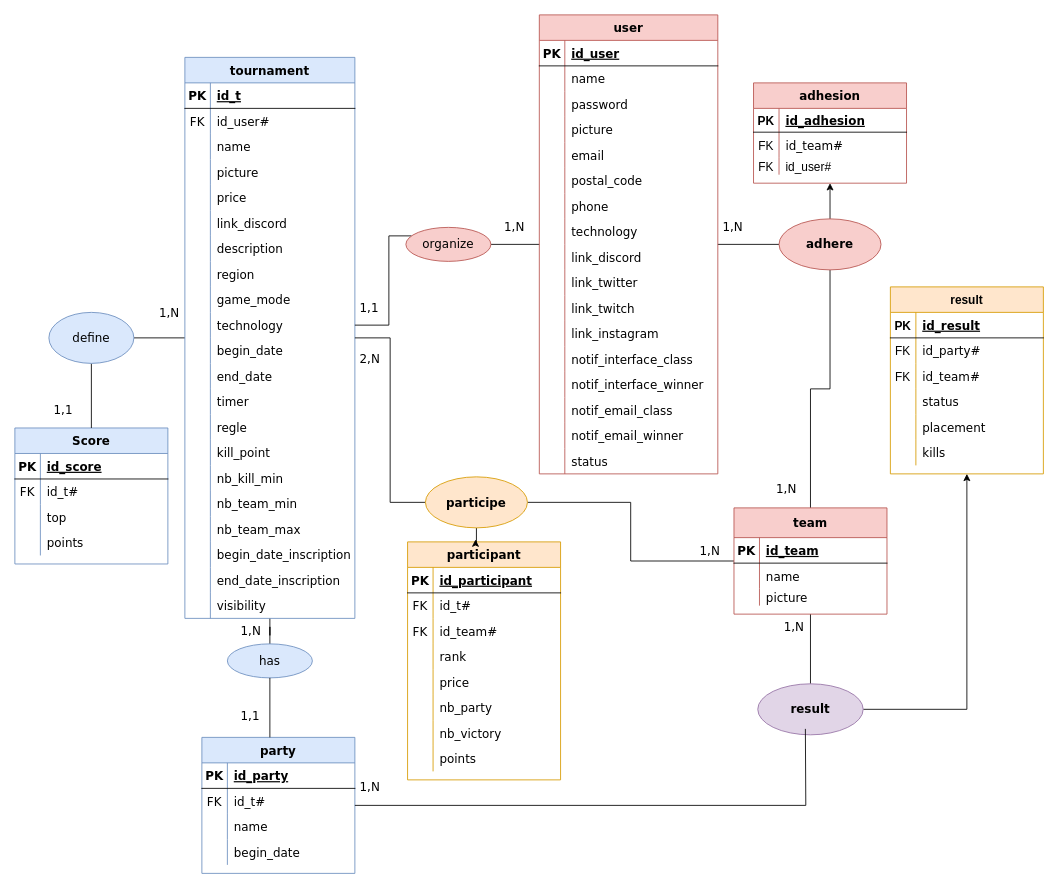
This is page "MLD" (2 of 3) of Wavy_MERISE2.drawio from Pakulic/Maquettage_Site_web, a draw.io file, before an edit. Source tidied: cells renumbered, new cells numbered last; positions are measured from the earlier drawing's top-left corner, leaving out a move shared by most shapes. Both pictures are drawn from the tidied source at 85%, with x=0, y=0 at pixel (14, 14).
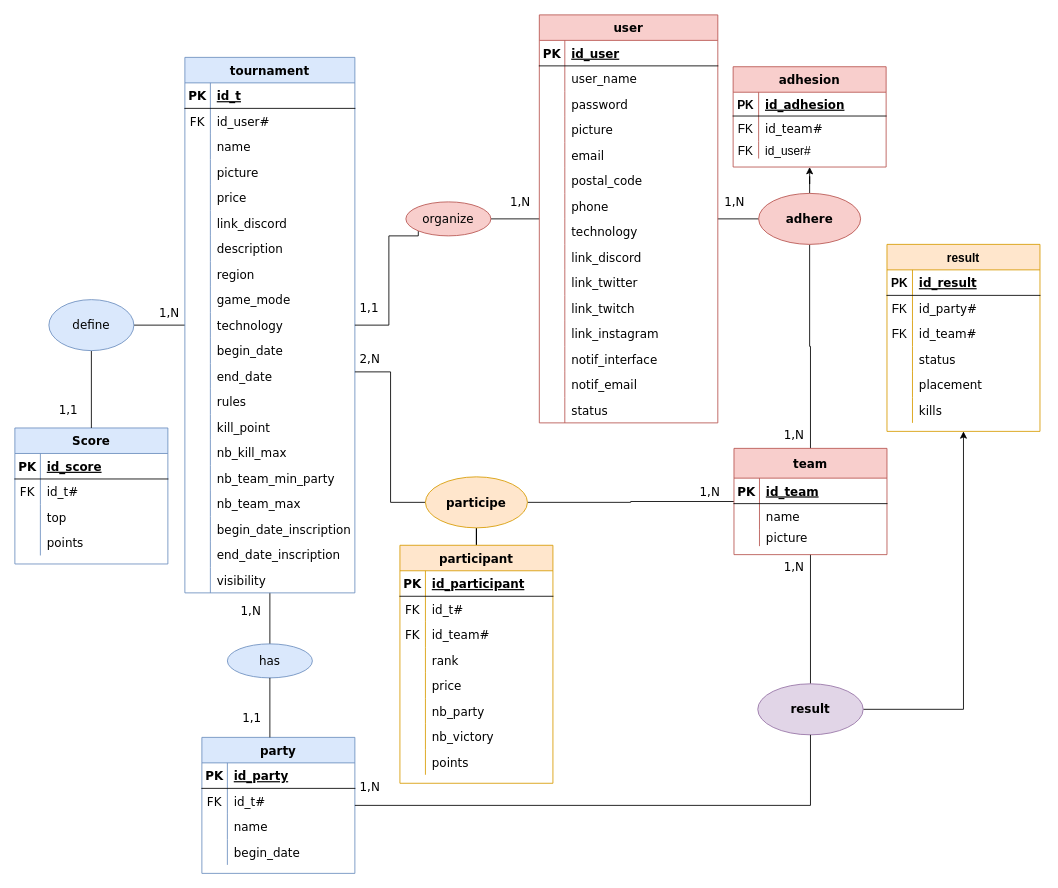
The same diagram, later.

The change refers to these unchanged cells:
```xml
<mxCell id="100" value="party" style="shape=table;startSize=30;childLayout=tableLayout;rowLines=0;fontStyle=1;align=center;fillColor=#dae8fc;strokeColor=#6c8ebf;fontSize=14;fontFamily=Verdana;" parent="1" vertex="1">
  <mxGeometry x="220" y="850" width="180" height="160" as="geometry" />
</mxCell>
<mxCell id="147" style="shape=partialRectangle;fillColor=none;top=0;left=0;bottom=0;right=0;fontSize=14;fontFamily=Verdana;" parent="143" vertex="1">
  <mxGeometry y="60" width="210" height="30" as="geometry" />
</mxCell>
<mxCell id="180" style="shape=partialRectangle;fillColor=none;top=0;left=0;bottom=0;right=0;fontSize=14;fontFamily=Verdana;" parent="143" vertex="1">
  <mxGeometry y="390" width="210" height="30" as="geometry" />
</mxCell>
<mxCell id="199" value="result" style="ellipse;whiteSpace=wrap;html=1;fontStyle=1;strokeColor=#9673a6;fillColor=#e1d5e7;startSize=35;fontSize=14;fontFamily=Verdana;" parent="1" vertex="1">
  <mxGeometry x="874" y="787" width="124" height="60" as="geometry" />
</mxCell>
<mxCell id="239" value="participe" style="ellipse;whiteSpace=wrap;html=1;fontStyle=1;strokeColor=#d79b00;fillColor=#ffe6cc;startSize=35;fontSize=14;fontFamily=Verdana;" parent="1" vertex="1">
  <mxGeometry x="483" y="543.5" width="120" height="60" as="geometry" />
</mxCell>
```

The edit, as a diff of the source:
```diff
@@
     <mxCell id="2" value="result" style="shape=table;startSize=30;childLayout=tableLayout;rowLines=0;fontStyle=1;align=center;fillColor=#ffe6cc;strokeColor=#d79b00;fontSize=14;" parent="1" vertex="1">
-      <mxGeometry x="1030" y="320" width="180" height="220" as="geometry" />
+      <mxGeometry x="1026" y="270" width="180" height="220" as="geometry" />
     </mxCell>
@@
     <mxCell id="21" value="adhesion" style="shape=table;startSize=30;childLayout=tableLayout;rowLines=0;fontStyle=1;align=center;fillColor=#f8cecc;strokeColor=#b85450;fontSize=14;fontFamily=Verdana;" parent="1" vertex="1">
-      <mxGeometry x="869" y="80" width="180" height="118" as="geometry" />
+      <mxGeometry x="845" y="61" width="180" height="118" as="geometry" />
     </mxCell>
@@
     <mxCell id="33" value="tournament" style="shape=table;startSize=30;childLayout=tableLayout;rowLines=0;fontStyle=1;align=center;fillColor=#dae8fc;strokeColor=#6c8ebf;fontSize=14;fontFamily=Verdana;" parent="1" vertex="1">
-      <mxGeometry x="200" y="50" width="200" height="660" as="geometry" />
+      <mxGeometry x="200" y="50" width="200" height="630" as="geometry" />
     </mxCell>
@@
-    <mxCell id="70" style="shape=partialRectangle;fillColor=none;top=0;left=0;bottom=0;right=0;fontSize=14;fontFamily=Verdana;" parent="33" vertex="1">
-      <mxGeometry y="390" width="200" height="30" as="geometry" />
-    </mxCell>
-    <mxCell id="71" style="shape=partialRectangle;fillColor=none;top=0;left=0;bottom=0;right=0;overflow=hidden;fontSize=14;fontFamily=Verdana;" parent="70" vertex="1">
-      <mxGeometry width="30" height="30" as="geometry" />
-    </mxCell>
-    <mxCell id="72" value="timer" style="shape=partialRectangle;fillColor=none;top=0;left=0;bottom=0;right=0;align=left;spacingLeft=6;overflow=hidden;fontSize=14;fontFamily=Verdana;" parent="70" vertex="1">
-      <mxGeometry x="30" width="170" height="30" as="geometry" />
-    </mxCell>
     <mxCell id="73" style="shape=partialRectangle;fillColor=none;top=0;left=0;bottom=0;right=0;fontSize=14;fontFamily=Verdana;" parent="33" vertex="1">
-      <mxGeometry y="420" width="200" height="30" as="geometry" />
+      <mxGeometry y="390" width="200" height="30" as="geometry" />
     </mxCell>
@@
-    <mxCell id="75" value="regle" style="shape=partialRectangle;fillColor=none;top=0;left=0;bottom=0;right=0;align=left;spacingLeft=6;overflow=hidden;fontSize=14;fontFamily=Verdana;" parent="73" vertex="1">
+    <mxCell id="75" value="rules" style="shape=partialRectangle;fillColor=none;top=0;left=0;bottom=0;right=0;align=left;spacingLeft=6;overflow=hidden;fontSize=14;fontFamily=Verdana;" parent="73" vertex="1">
       <mxGeometry x="30" width="170" height="30" as="geometry" />
     </mxCell>
     <mxCell id="76" style="shape=partialRectangle;fillColor=none;top=0;left=0;bottom=0;right=0;fontSize=14;fontFamily=Verdana;" parent="33" vertex="1">
-      <mxGeometry y="450" width="200" height="30" as="geometry" />
+      <mxGeometry y="420" width="200" height="30" as="geometry" />
     </mxCell>
@@
     <mxCell id="79" style="shape=partialRectangle;fillColor=none;top=0;left=0;bottom=0;right=0;fontSize=14;fontFamily=Verdana;" parent="33" vertex="1">
-      <mxGeometry y="480" width="200" height="30" as="geometry" />
+      <mxGeometry y="450" width="200" height="30" as="geometry" />
     </mxCell>
@@
-    <mxCell id="81" value="nb_kill_min" style="shape=partialRectangle;fillColor=none;top=0;left=0;bottom=0;right=0;align=left;spacingLeft=6;overflow=hidden;fontSize=14;fontFamily=Verdana;" parent="79" vertex="1">
+    <mxCell id="81" value="nb_kill_max" style="shape=partialRectangle;fillColor=none;top=0;left=0;bottom=0;right=0;align=left;spacingLeft=6;overflow=hidden;fontSize=14;fontFamily=Verdana;" parent="79" vertex="1">
       <mxGeometry x="30" width="170" height="30" as="geometry" />
     </mxCell>
     <mxCell id="82" style="shape=partialRectangle;fillColor=none;top=0;left=0;bottom=0;right=0;fontSize=14;fontFamily=Verdana;" parent="33" vertex="1">
-      <mxGeometry y="510" width="200" height="30" as="geometry" />
+      <mxGeometry y="480" width="200" height="30" as="geometry" />
     </mxCell>
@@
-    <mxCell id="84" value="nb_team_min" style="shape=partialRectangle;fillColor=none;top=0;left=0;bottom=0;right=0;align=left;spacingLeft=6;overflow=hidden;fontSize=14;fontFamily=Verdana;" parent="82" vertex="1">
+    <mxCell id="84" value="nb_team_min_party" style="shape=partialRectangle;fillColor=none;top=0;left=0;bottom=0;right=0;align=left;spacingLeft=6;overflow=hidden;fontSize=14;fontFamily=Verdana;" parent="82" vertex="1">
       <mxGeometry x="30" width="170" height="30" as="geometry" />
     </mxCell>
     <mxCell id="85" style="shape=partialRectangle;fillColor=none;top=0;left=0;bottom=0;right=0;fontSize=14;fontFamily=Verdana;" parent="33" vertex="1">
-      <mxGeometry y="540" width="200" height="30" as="geometry" />
+      <mxGeometry y="510" width="200" height="30" as="geometry" />
     </mxCell>
@@
     <mxCell id="88" style="shape=partialRectangle;fillColor=none;top=0;left=0;bottom=0;right=0;fontSize=14;fontFamily=Verdana;" parent="33" vertex="1">
-      <mxGeometry y="570" width="200" height="30" as="geometry" />
+      <mxGeometry y="540" width="200" height="30" as="geometry" />
     </mxCell>
@@
     <mxCell id="91" style="shape=partialRectangle;fillColor=none;top=0;left=0;bottom=0;right=0;fontSize=14;fontFamily=Verdana;" parent="33" vertex="1">
-      <mxGeometry y="600" width="200" height="30" as="geometry" />
+      <mxGeometry y="570" width="200" height="30" as="geometry" />
     </mxCell>
@@
     <mxCell id="94" style="shape=partialRectangle;fillColor=none;top=0;left=0;bottom=0;right=0;fontSize=14;fontFamily=Verdana;" parent="33" vertex="1">
-      <mxGeometry y="630" width="200" height="30" as="geometry" />
+      <mxGeometry y="600" width="200" height="30" as="geometry" />
     </mxCell>
@@
-    <mxCell id="97" style="edgeStyle=orthogonalEdgeStyle;rounded=0;jettySize=auto;html=1;endArrow=none;endFill=0;fontSize=14;fontFamily=Verdana;" parent="1" edge="1" source="99" target="33">
+    <mxCell id="97" style="edgeStyle=orthogonalEdgeStyle;rounded=0;jettySize=auto;html=1;endArrow=none;endFill=0;fontSize=14;fontFamily=Verdana;exitX=0;exitY=1;exitDx=0;exitDy=0;" parent="1" edge="1" source="99" target="33">
       <mxGeometry relative="1" as="geometry">
         <Array as="points">
+          <mxPoint x="475" y="260" />
           <mxPoint x="440" y="260" />
           <mxPoint x="440" y="365" />
         </Array>
       </mxGeometry>
     </mxCell>
@@
     <mxCell id="99" value="organize" style="ellipse;whiteSpace=wrap;html=1;align=center;fillColor=#f8cecc;strokeColor=#b85450;fontSize=14;fontFamily=Verdana;" parent="1" vertex="1">
-      <mxGeometry x="460" y="250" width="100" height="40" as="geometry" />
+      <mxGeometry x="460" y="220" width="100" height="40" as="geometry" />
     </mxCell>
@@
     <mxCell id="127" value="define" style="ellipse;whiteSpace=wrap;html=1;align=center;fillColor=#dae8fc;strokeColor=#6c8ebf;fontSize=14;fontFamily=Verdana;" parent="1" vertex="1">
-      <mxGeometry x="40" y="350" width="100" height="60" as="geometry" />
+      <mxGeometry x="40" y="335" width="100" height="60" as="geometry" />
     </mxCell>
@@
     <mxCell id="131" value="team" style="shape=table;startSize=35;childLayout=tableLayout;rowLines=0;fontStyle=1;align=center;fillColor=#f8cecc;strokeColor=#b85450;fontSize=14;fontFamily=Verdana;" parent="1" vertex="1">
-      <mxGeometry x="846" y="580" width="180" height="125" as="geometry" />
+      <mxGeometry x="846" y="510" width="180" height="125" as="geometry" />
     </mxCell>
@@
     <mxCell id="143" value="user" style="shape=table;startSize=30;childLayout=tableLayout;rowLines=0;fontStyle=1;align=center;fillColor=#f8cecc;strokeColor=#b85450;fontSize=14;fontFamily=Verdana;" parent="1" vertex="1">
-      <mxGeometry x="617" width="210" height="540" as="geometry" />
+      <mxGeometry x="617" width="210" height="480" as="geometry" />
     </mxCell>
@@
-    <mxCell id="149" value="name" style="shape=partialRectangle;fillColor=none;top=0;left=0;bottom=0;right=0;align=left;spacingLeft=6;overflow=hidden;fontSize=14;fontFamily=Verdana;" parent="147" vertex="1">
+    <mxCell id="149" value="user_name" style="shape=partialRectangle;fillColor=none;top=0;left=0;bottom=0;right=0;align=left;spacingLeft=6;overflow=hidden;fontSize=14;fontFamily=Verdana;" parent="147" vertex="1">
       <mxGeometry x="30" width="180" height="30" as="geometry" />
     </mxCell>
@@
-    <mxCell id="182" value="notif_interface_class" style="shape=partialRectangle;fillColor=none;top=0;left=0;bottom=0;right=0;align=left;spacingLeft=6;overflow=hidden;fontSize=14;fontFamily=Verdana;" parent="180" vertex="1">
+    <mxCell id="182" value="notif_interface" style="shape=partialRectangle;fillColor=none;top=0;left=0;bottom=0;right=0;align=left;spacingLeft=6;overflow=hidden;fontSize=14;fontFamily=Verdana;" parent="180" vertex="1">
       <mxGeometry x="30" width="180" height="30" as="geometry" />
     </mxCell>
-    <mxCell id="183" style="shape=partialRectangle;fillColor=none;top=0;left=0;bottom=0;right=0;fontSize=14;fontFamily=Verdana;" parent="143" vertex="1">
-      <mxGeometry y="420" width="210" height="30" as="geometry" />
-    </mxCell>
-    <mxCell id="184" style="shape=partialRectangle;fillColor=none;top=0;left=0;bottom=0;right=0;overflow=hidden;fontSize=14;fontFamily=Verdana;" parent="183" vertex="1">
-      <mxGeometry width="30" height="30" as="geometry" />
-    </mxCell>
-    <mxCell id="185" value="notif_interface_winner" style="shape=partialRectangle;fillColor=none;top=0;left=0;bottom=0;right=0;align=left;spacingLeft=6;overflow=hidden;fontSize=14;fontFamily=Verdana;" parent="183" vertex="1">
-      <mxGeometry x="30" width="180" height="30" as="geometry" />
-    </mxCell>
     <mxCell id="186" style="shape=partialRectangle;fillColor=none;top=0;left=0;bottom=0;right=0;fontSize=14;fontFamily=Verdana;" parent="143" vertex="1">
-      <mxGeometry y="450" width="210" height="30" as="geometry" />
+      <mxGeometry y="420" width="210" height="30" as="geometry" />
     </mxCell>
@@
-    <mxCell id="188" value="notif_email_class" style="shape=partialRectangle;fillColor=none;top=0;left=0;bottom=0;right=0;align=left;spacingLeft=6;overflow=hidden;fontSize=14;fontFamily=Verdana;" parent="186" vertex="1">
+    <mxCell id="188" value="notif_email" style="shape=partialRectangle;fillColor=none;top=0;left=0;bottom=0;right=0;align=left;spacingLeft=6;overflow=hidden;fontSize=14;fontFamily=Verdana;" parent="186" vertex="1">
       <mxGeometry x="30" width="180" height="30" as="geometry" />
     </mxCell>
-    <mxCell id="189" style="shape=partialRectangle;fillColor=none;top=0;left=0;bottom=0;right=0;fontSize=14;fontFamily=Verdana;" parent="143" vertex="1">
-      <mxGeometry y="480" width="210" height="30" as="geometry" />
-    </mxCell>
-    <mxCell id="190" style="shape=partialRectangle;fillColor=none;top=0;left=0;bottom=0;right=0;overflow=hidden;fontSize=14;fontFamily=Verdana;" parent="189" vertex="1">
-      <mxGeometry width="30" height="30" as="geometry" />
-    </mxCell>
-    <mxCell id="191" value="notif_email_winner" style="shape=partialRectangle;fillColor=none;top=0;left=0;bottom=0;right=0;align=left;spacingLeft=6;overflow=hidden;fontSize=14;fontFamily=Verdana;" parent="189" vertex="1">
-      <mxGeometry x="30" width="180" height="30" as="geometry" />
-    </mxCell>
     <mxCell id="192" style="shape=partialRectangle;fillColor=none;top=0;left=0;bottom=0;right=0;fontSize=14;fontFamily=Verdana;" parent="143" vertex="1">
-      <mxGeometry y="510" width="210" height="30" as="geometry" />
+      <mxGeometry y="450" width="210" height="30" as="geometry" />
     </mxCell>
@@
     <mxCell id="196" value="adhere" style="ellipse;whiteSpace=wrap;html=1;fontStyle=1;strokeColor=#b85450;fillColor=#f8cecc;startSize=30;fontSize=14;fontFamily=Verdana;" parent="1" vertex="1">
-      <mxGeometry x="899" y="240" width="120" height="60" as="geometry" />
+      <mxGeometry x="875" y="210" width="120" height="60" as="geometry" />
     </mxCell>
     <mxCell id="197" style="edgeStyle=orthogonalEdgeStyle;rounded=0;jettySize=auto;html=1;endArrow=none;endFill=0;strokeColor=default;strokeWidth=1;fontSize=14;fontFamily=Verdana;" parent="1" edge="1" source="239" target="33">
-      <mxGeometry relative="1" as="geometry" />
+      <mxGeometry relative="1" as="geometry">
+        <Array as="points">
+          <mxPoint x="442" y="574" />
+          <mxPoint x="442" y="420" />
+        </Array>
+      </mxGeometry>
     </mxCell>
@@
     <mxCell id="201" value="1,1" style="text;strokeColor=none;fillColor=none;spacingLeft=4;spacingRight=4;overflow=hidden;fontSize=14;fontFamily=Verdana;" parent="1" vertex="1">
-      <mxGeometry x="40" y="450" width="40" height="30" as="geometry" />
+      <mxGeometry x="46" y="450" width="40" height="30" as="geometry" />
     </mxCell>
     <mxCell id="202" value="1,N" style="text;strokeColor=none;fillColor=none;spacingLeft=4;spacingRight=4;overflow=hidden;fontSize=14;fontFamily=Verdana;" parent="1" vertex="1">
-      <mxGeometry x="570" y="235" width="40" height="30" as="geometry" />
+      <mxGeometry x="577" y="205" width="40" height="30" as="geometry" />
     </mxCell>
@@
     <mxCell id="204" value="1,N" style="text;strokeColor=none;fillColor=none;spacingLeft=4;spacingRight=4;overflow=hidden;fontSize=14;fontFamily=Verdana;" parent="1" vertex="1">
-      <mxGeometry x="827" y="235" width="40" height="30" as="geometry" />
+      <mxGeometry x="829" y="205" width="40" height="30" as="geometry" />
     </mxCell>
     <mxCell id="205" value="1,N" style="text;strokeColor=none;fillColor=none;spacingLeft=4;spacingRight=4;overflow=hidden;fontSize=14;fontFamily=Verdana;" parent="1" vertex="1">
-      <mxGeometry x="890" y="543.5" width="40" height="30" as="geometry" />
+      <mxGeometry x="899" y="480" width="40" height="30" as="geometry" />
     </mxCell>
@@
     <mxCell id="207" value="1,N" style="text;strokeColor=none;fillColor=none;spacingLeft=4;spacingRight=4;overflow=hidden;fontSize=14;fontFamily=Verdana;" parent="1" vertex="1">
-      <mxGeometry x="800" y="616" width="40" height="30" as="geometry" />
+      <mxGeometry x="800" y="546" width="40" height="30" as="geometry" />
     </mxCell>
     <mxCell id="208" value="1,N" style="text;strokeColor=none;fillColor=none;spacingLeft=4;spacingRight=4;overflow=hidden;fontSize=14;fontFamily=Verdana;" parent="1" vertex="1">
-      <mxGeometry x="899" y="705" width="40" height="30" as="geometry" />
+      <mxGeometry x="899" y="635" width="40" height="30" as="geometry" />
     </mxCell>
@@
     <mxCell id="210" value="1,1" style="text;strokeColor=none;fillColor=none;spacingLeft=4;spacingRight=4;overflow=hidden;fontSize=14;fontFamily=Verdana;" parent="1" vertex="1">
-      <mxGeometry x="260" y="810" width="40" height="30" as="geometry" />
+      <mxGeometry x="262" y="812" width="40" height="30" as="geometry" />
     </mxCell>
     <mxCell id="211" value="1,N" style="text;strokeColor=none;fillColor=none;spacingLeft=4;spacingRight=4;overflow=hidden;fontSize=14;fontFamily=Verdana;" parent="1" vertex="1">
-      <mxGeometry x="260" y="710" width="40" height="30" as="geometry" />
+      <mxGeometry x="260" y="686" width="40" height="30" as="geometry" />
     </mxCell>
@@
+    <mxCell id="241" style="edgeStyle=orthogonalEdgeStyle;rounded=0;jettySize=auto;html=1;endArrow=none;endFill=0;" parent="1" edge="1" source="213" target="239">
+      <mxGeometry relative="1" as="geometry" />
+    </mxCell>
     <mxCell id="213" value="participant" style="shape=table;startSize=30;childLayout=tableLayout;rowLines=0;fontStyle=1;align=center;fillColor=#ffe6cc;strokeColor=#d79b00;fontSize=14;fontFamily=Verdana;" parent="1" vertex="1">
-      <mxGeometry x="462" y="620" width="180" height="280" as="geometry" />
+      <mxGeometry x="453" y="624" width="180" height="280" as="geometry" />
     </mxCell>
@@
-    <mxCell id="238" style="edgeStyle=orthogonalEdgeStyle;rounded=0;jettySize=auto;html=1;entryX=0.444;entryY=-0.01;entryDx=0;entryDy=0;entryPerimeter=0;" parent="1" edge="1" source="239" target="213">
-      <mxGeometry relative="1" as="geometry" />
-    </mxCell>
@@
-    <mxCell id="240" style="edgeStyle=orthogonalEdgeStyle;rounded=0;jettySize=auto;html=1;endArrow=none;endFill=0;" parent="1" edge="1" source="100">
-      <mxGeometry relative="1" as="geometry">
-        <mxPoint x="930" y="840" as="targetPoint" />
-      </mxGeometry>
+    <mxCell id="240" style="edgeStyle=orthogonalEdgeStyle;rounded=0;jettySize=auto;html=1;endArrow=none;endFill=0;entryX=0.5;entryY=1;entryDx=0;entryDy=0;" parent="1" edge="1" source="100" target="199">
+      <mxGeometry relative="1" as="geometry" />
     </mxCell>
```
